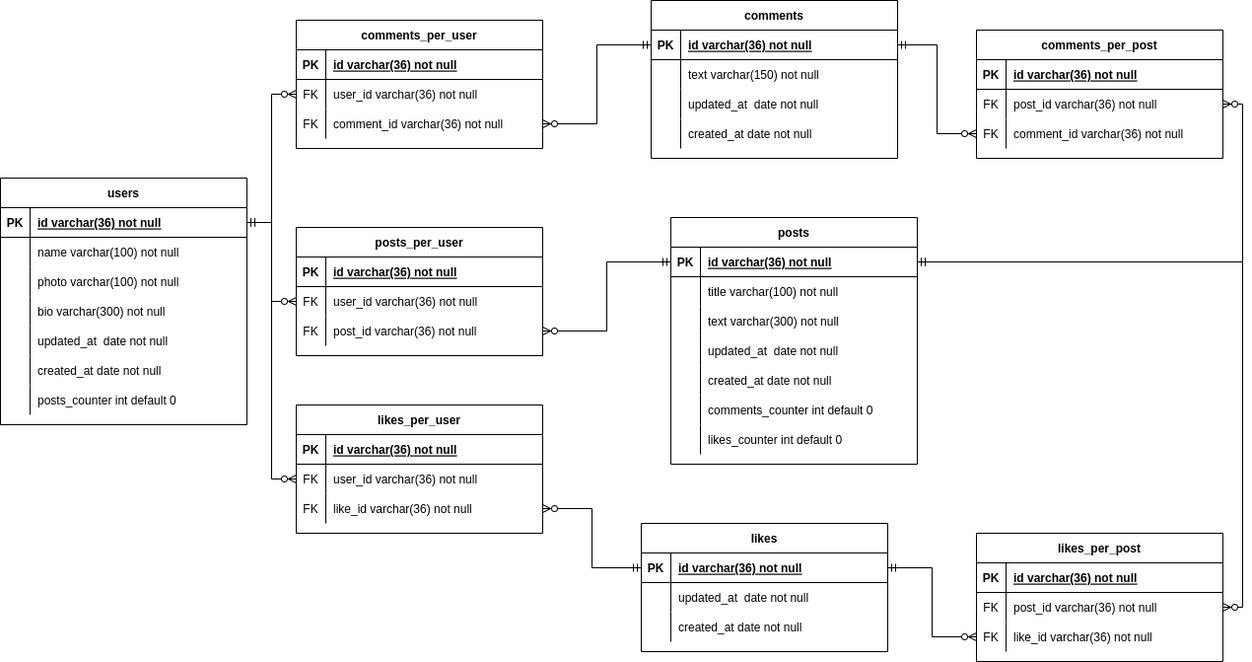
Earlier version of the draw.io export rails-blog-db.drawio.png (wickathou/rails-blog). Source tidied: cells renumbered, new cells last; positions are measured from the earlier drawing's top-left corner, leaving out a move shared by most shapes.
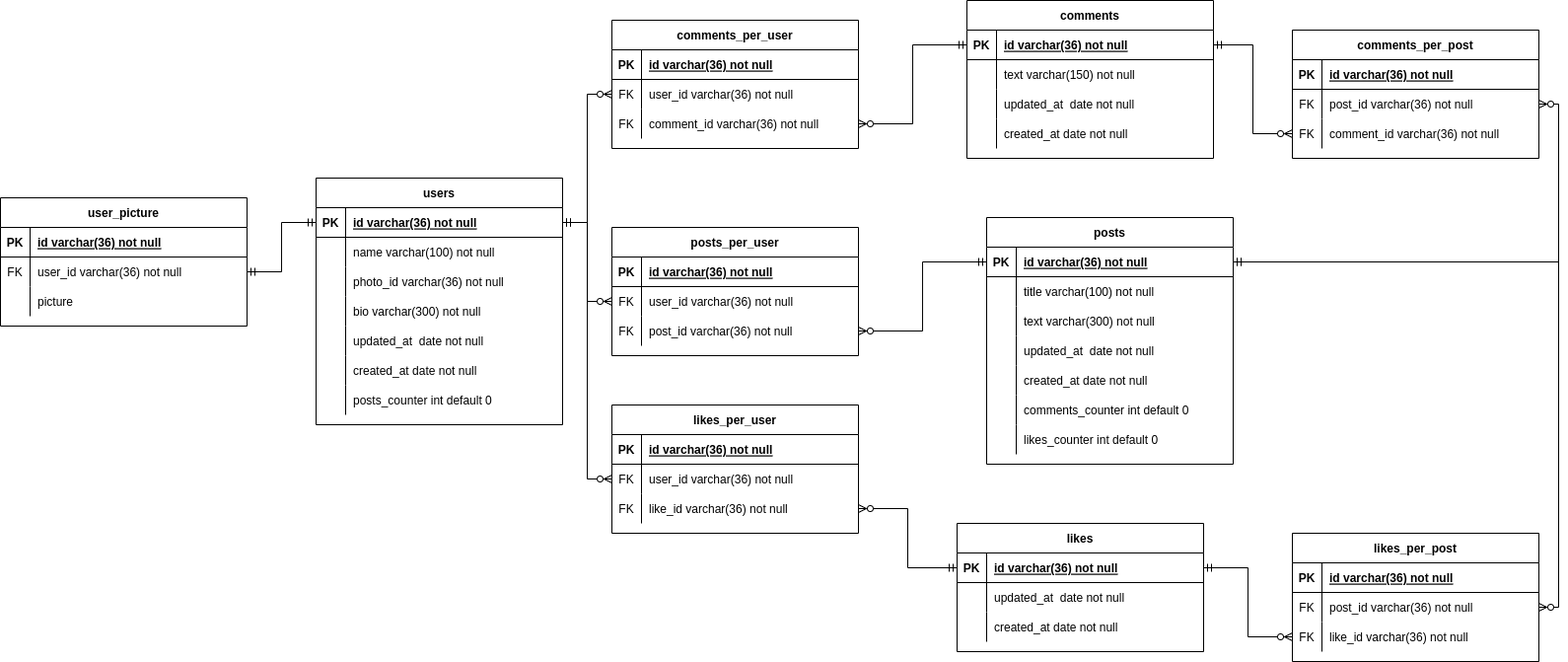
Above is the later version.

Diff of the diagram source:
```diff
@@ -29,7 +29,7 @@
     <mxCell id="10" style="shape=partialRectangle;overflow=hidden;fillColor=none;top=0;left=0;bottom=0;right=0;" parent="9" vertex="1">
       <mxGeometry width="30" height="30" as="geometry" />
     </mxCell>
-    <mxCell id="11" value="photo varchar(100) not null" style="shape=partialRectangle;overflow=hidden;fillColor=none;top=0;left=0;bottom=0;right=0;align=left;spacingLeft=6;" parent="9" vertex="1">
+    <mxCell id="11" value="photo_id varchar(36) not null" style="shape=partialRectangle;overflow=hidden;fillColor=none;top=0;left=0;bottom=0;right=0;align=left;spacingLeft=6;" parent="9" vertex="1">
       <mxGeometry x="30" width="220" height="30" as="geometry" />
     </mxCell>
     <mxCell id="12" style="shape=partialRectangle;fillColor=none;top=0;left=0;right=0;bottom=0;" parent="2" vertex="1">
@@ -383,5 +383,38 @@
     <mxCell id="128" style="edgeStyle=orthogonalEdgeStyle;rounded=0;jettySize=auto;html=1;exitX=1;exitY=0.5;exitDx=0;exitDy=0;entryX=1;entryY=0.5;entryDx=0;entryDy=0;startArrow=ERzeroToMany;startFill=0;endArrow=ERmandOne;endFill=0;" parent="1" edge="1" source="103" target="38">
       <mxGeometry relative="1" as="geometry" />
     </mxCell>
+    <mxCell id="129" value="user_picture" style="shape=table;startSize=30;rowLines=0;fontStyle=1;align=center;" parent="1" vertex="1">
+      <mxGeometry x="-320" y="200" width="250" height="130" as="geometry" />
+    </mxCell>
+    <mxCell id="130" style="shape=partialRectangle;fillColor=none;top=0;left=0;right=0;bottom=1;" parent="129" vertex="1">
+      <mxGeometry y="30" width="250" height="30" as="geometry" />
+    </mxCell>
+    <mxCell id="131" value="PK" style="shape=partialRectangle;overflow=hidden;fillColor=none;top=0;left=0;bottom=0;right=0;fontStyle=1;" parent="130" vertex="1">
+      <mxGeometry width="30" height="30" as="geometry" />
+    </mxCell>
+    <mxCell id="132" value="id varchar(36) not null" style="shape=partialRectangle;overflow=hidden;fillColor=none;top=0;left=0;bottom=0;right=0;align=left;spacingLeft=6;fontStyle=5;" parent="130" vertex="1">
+      <mxGeometry x="30" width="220" height="30" as="geometry" />
+    </mxCell>
+    <mxCell id="133" style="shape=partialRectangle;fillColor=none;points=[[0,0.5],[1,0.5]];portConstraint=eastwest;top=0;left=0;right=0;bottom=0;" parent="129" vertex="1">
+      <mxGeometry y="60" width="250" height="30" as="geometry" />
+    </mxCell>
+    <mxCell id="134" value="FK" style="shape=partialRectangle;overflow=hidden;fillColor=none;top=0;left=0;bottom=0;right=0;" parent="133" vertex="1">
+      <mxGeometry width="30" height="30" as="geometry" />
+    </mxCell>
+    <mxCell id="135" value="user_id varchar(36) not null" style="shape=partialRectangle;overflow=hidden;fillColor=none;top=0;left=0;bottom=0;right=0;align=left;spacingLeft=6;" parent="133" vertex="1">
+      <mxGeometry x="30" width="220" height="30" as="geometry" />
+    </mxCell>
+    <mxCell id="136" style="shape=partialRectangle;fillColor=none;top=0;left=0;right=0;bottom=0;" parent="129" vertex="1">
+      <mxGeometry y="90" width="250" height="30" as="geometry" />
+    </mxCell>
+    <mxCell id="137" style="shape=partialRectangle;overflow=hidden;fillColor=none;top=0;left=0;bottom=0;right=0;" parent="136" vertex="1">
+      <mxGeometry width="30" height="30" as="geometry" />
+    </mxCell>
+    <mxCell id="138" value="picture" style="shape=partialRectangle;overflow=hidden;fillColor=none;top=0;left=0;bottom=0;right=0;align=left;spacingLeft=6;" parent="136" vertex="1">
+      <mxGeometry x="30" width="220" height="30" as="geometry" />
+    </mxCell>
+    <mxCell id="139" style="edgeStyle=orthogonalEdgeStyle;rounded=0;jettySize=auto;html=1;exitX=1;exitY=0.5;exitDx=0;exitDy=0;entryX=0;entryY=0.5;entryDx=0;entryDy=0;endArrow=ERmandOne;endFill=0;startArrow=ERmandOne;startFill=0;" parent="1" edge="1" source="133" target="3">
+      <mxGeometry relative="1" as="geometry" />
+    </mxCell>
   </root>
 </mxGraphModel>
```
